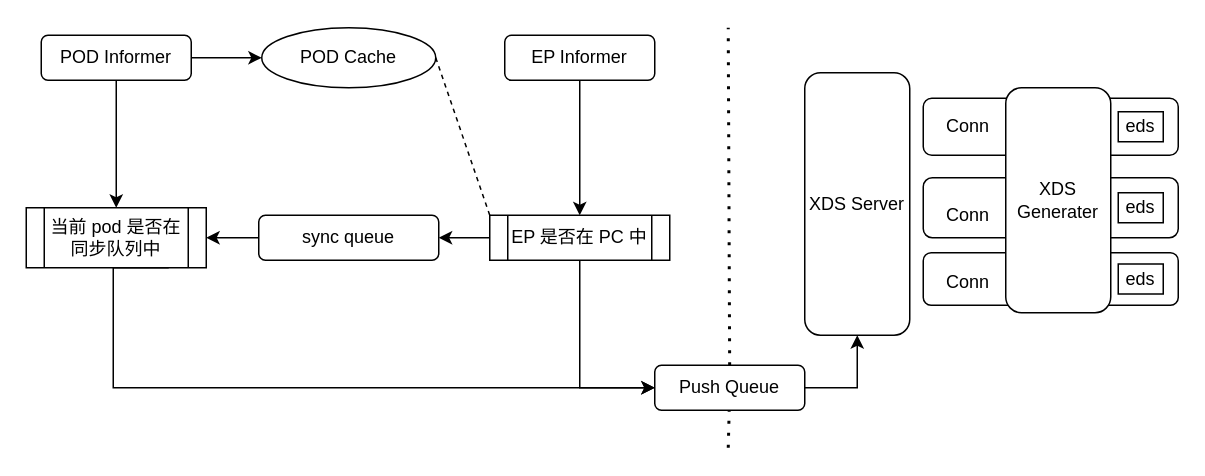
Before: istio-eds.drawio in panniyuyu/think-dast-zh, a draw.io diagram. Source tidied: cells renumbered, new cells numbered last; positions are measured from the earlier drawing's top-left corner, leaving out a move shared by most shapes. Both pictures are drawn from the tidied source at 150%, with x=0, y=0 at pixel (26, 27).
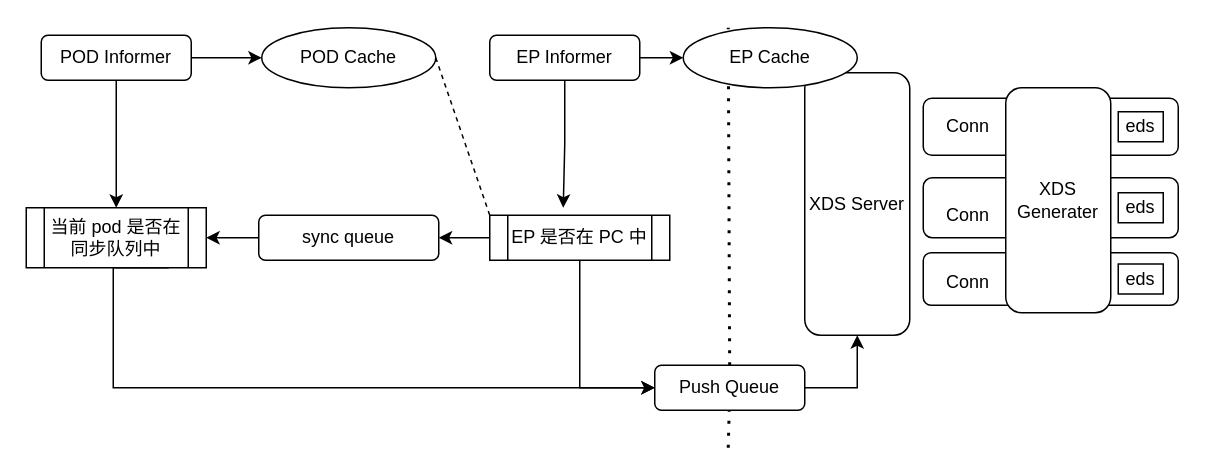
Above is the later version.

Unchanged cells that the change refers to:
```xml
<mxCell id="14" value="EP 是否在 PC 中" style="shape=process;whiteSpace=wrap;html=1;backgroundOutline=1;" parent="1" vertex="1">
  <mxGeometry x="309" y="125" width="120" height="30" as="geometry" />
</mxCell>
```

What changed in the source:
```diff
@@
-    <mxCell id="2" style="edgeStyle=orthogonalEdgeStyle;rounded=0;jettySize=auto;html=1;exitX=0.5;exitY=1;exitDx=0;exitDy=0;" parent="1" edge="1" source="3" target="14">
-      <mxGeometry relative="1" as="geometry" />
+    <mxCell id="2" style="edgeStyle=orthogonalEdgeStyle;rounded=0;jettySize=auto;html=1;exitX=0.5;exitY=1;exitDx=0;exitDy=0;" parent="1" edge="1" source="3">
+      <mxGeometry relative="1" as="geometry">
+        <mxPoint x="358" y="120" as="targetPoint" />
+      </mxGeometry>
     </mxCell>
+    <mxCell id="31" style="edgeStyle=orthogonalEdgeStyle;rounded=0;jettySize=auto;html=1;exitX=1;exitY=0.5;exitDx=0;exitDy=0;entryX=0;entryY=0.5;entryDx=0;entryDy=0;" parent="1" edge="1" source="3" target="32">
+      <mxGeometry relative="1" as="geometry" />
+    </mxCell>
     <mxCell id="3" value="EP Informer" style="rounded=1;whiteSpace=wrap;html=1;" parent="1" vertex="1">
-      <mxGeometry x="319" y="5" width="100" height="30" as="geometry" />
+      <mxGeometry x="309" y="5" width="100" height="30" as="geometry" />
     </mxCell>
@@
+    <mxCell id="32" value="EP Cache" style="ellipse;whiteSpace=wrap;html=1;" parent="1" vertex="1">
+      <mxGeometry x="438" width="116" height="40" as="geometry" />
+    </mxCell>
```
